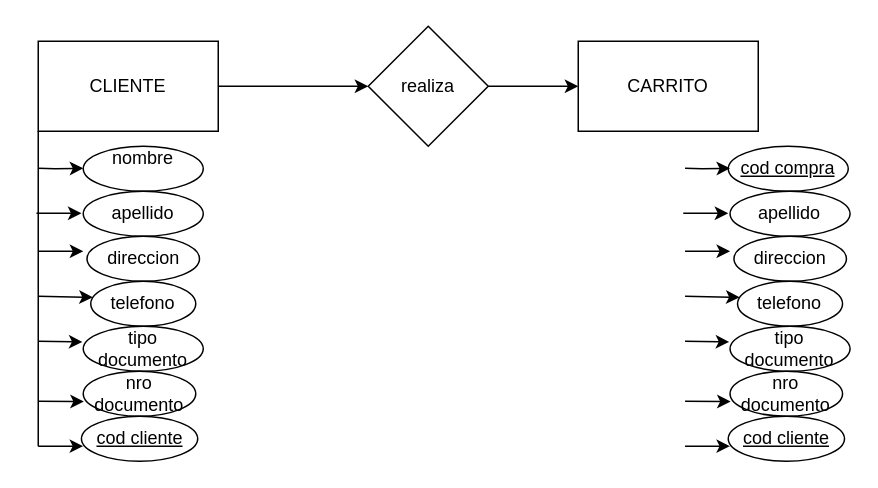
Above: Tp1eraparte.drawio in JuliMeier/baseDeDatos1Repo (draw.io), before the change. Source tidied: cells renumbered, new cells numbered last; positions are measured from the earlier drawing's top-left corner, leaving out a move shared by most shapes. Both pictures are drawn from the tidied source at 150%, with x=0, y=0 at pixel (36, 26).
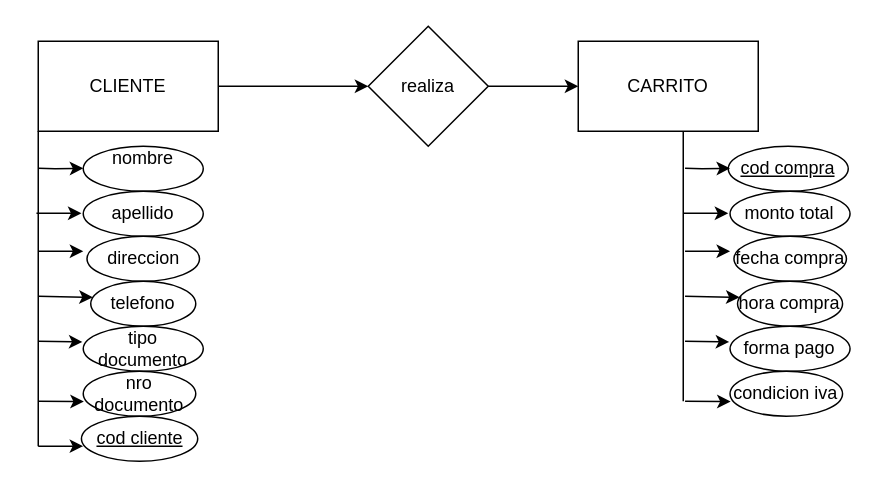
After the change.

Change to the diagram source:
```diff
@@
-    <mxCell id="23" value="apellido" style="ellipse;whiteSpace=wrap;html=1;" parent="1" vertex="1">
+    <mxCell id="23" value="monto total" style="ellipse;whiteSpace=wrap;html=1;" parent="1" vertex="1">
       <mxGeometry x="462.2" y="110" width="80" height="30" as="geometry" />
     </mxCell>
-    <mxCell id="24" value="direccion" style="ellipse;whiteSpace=wrap;html=1;" parent="1" vertex="1">
+    <mxCell id="24" value="fecha compra" style="ellipse;whiteSpace=wrap;html=1;" parent="1" vertex="1">
       <mxGeometry x="464.8" y="140" width="75" height="30" as="geometry" />
     </mxCell>
-    <mxCell id="25" value="telefono" style="ellipse;whiteSpace=wrap;html=1;" parent="1" vertex="1">
+    <mxCell id="25" value="hora compra" style="ellipse;whiteSpace=wrap;html=1;" parent="1" vertex="1">
       <mxGeometry x="467.2" y="170" width="70" height="30" as="geometry" />
     </mxCell>
-    <mxCell id="26" value="tipo documento" style="ellipse;whiteSpace=wrap;html=1;" parent="1" vertex="1">
+    <mxCell id="26" value="forma pago" style="ellipse;whiteSpace=wrap;html=1;" parent="1" vertex="1">
       <mxGeometry x="462.2" y="200" width="80" height="30" as="geometry" />
     </mxCell>
-    <mxCell id="27" value="nro documento" style="ellipse;whiteSpace=wrap;html=1;" parent="1" vertex="1">
+    <mxCell id="27" value="condicion iva" style="ellipse;whiteSpace=wrap;html=1;" parent="1" vertex="1">
       <mxGeometry x="462.2" y="230" width="75" height="30" as="geometry" />
     </mxCell>
-    <mxCell id="28" value="&lt;u&gt;cod cliente&lt;/u&gt;" style="ellipse;whiteSpace=wrap;html=1;" parent="1" vertex="1">
-      <mxGeometry x="461" y="260" width="77.5" height="30" as="geometry" />
-    </mxCell>
-    <mxCell id="29" style="endArrow=classic;html=1;rounded=0;entryX=0.015;entryY=0.664;entryDx=0;entryDy=0;entryPerimeter=0;" parent="1" edge="1" target="28">
-      <mxGeometry relative="1" as="geometry">
-        <mxPoint x="432.2" y="280" as="sourcePoint" />
-      </mxGeometry>
-    </mxCell>
@@
+    <mxCell id="36" style="endArrow=none;html=1;rounded=0;" parent="1" edge="1">
+      <mxGeometry relative="1" as="geometry">
+        <mxPoint x="431" y="250" as="sourcePoint" />
+        <mxPoint x="431" y="70" as="targetPoint" />
+      </mxGeometry>
+    </mxCell>
```
